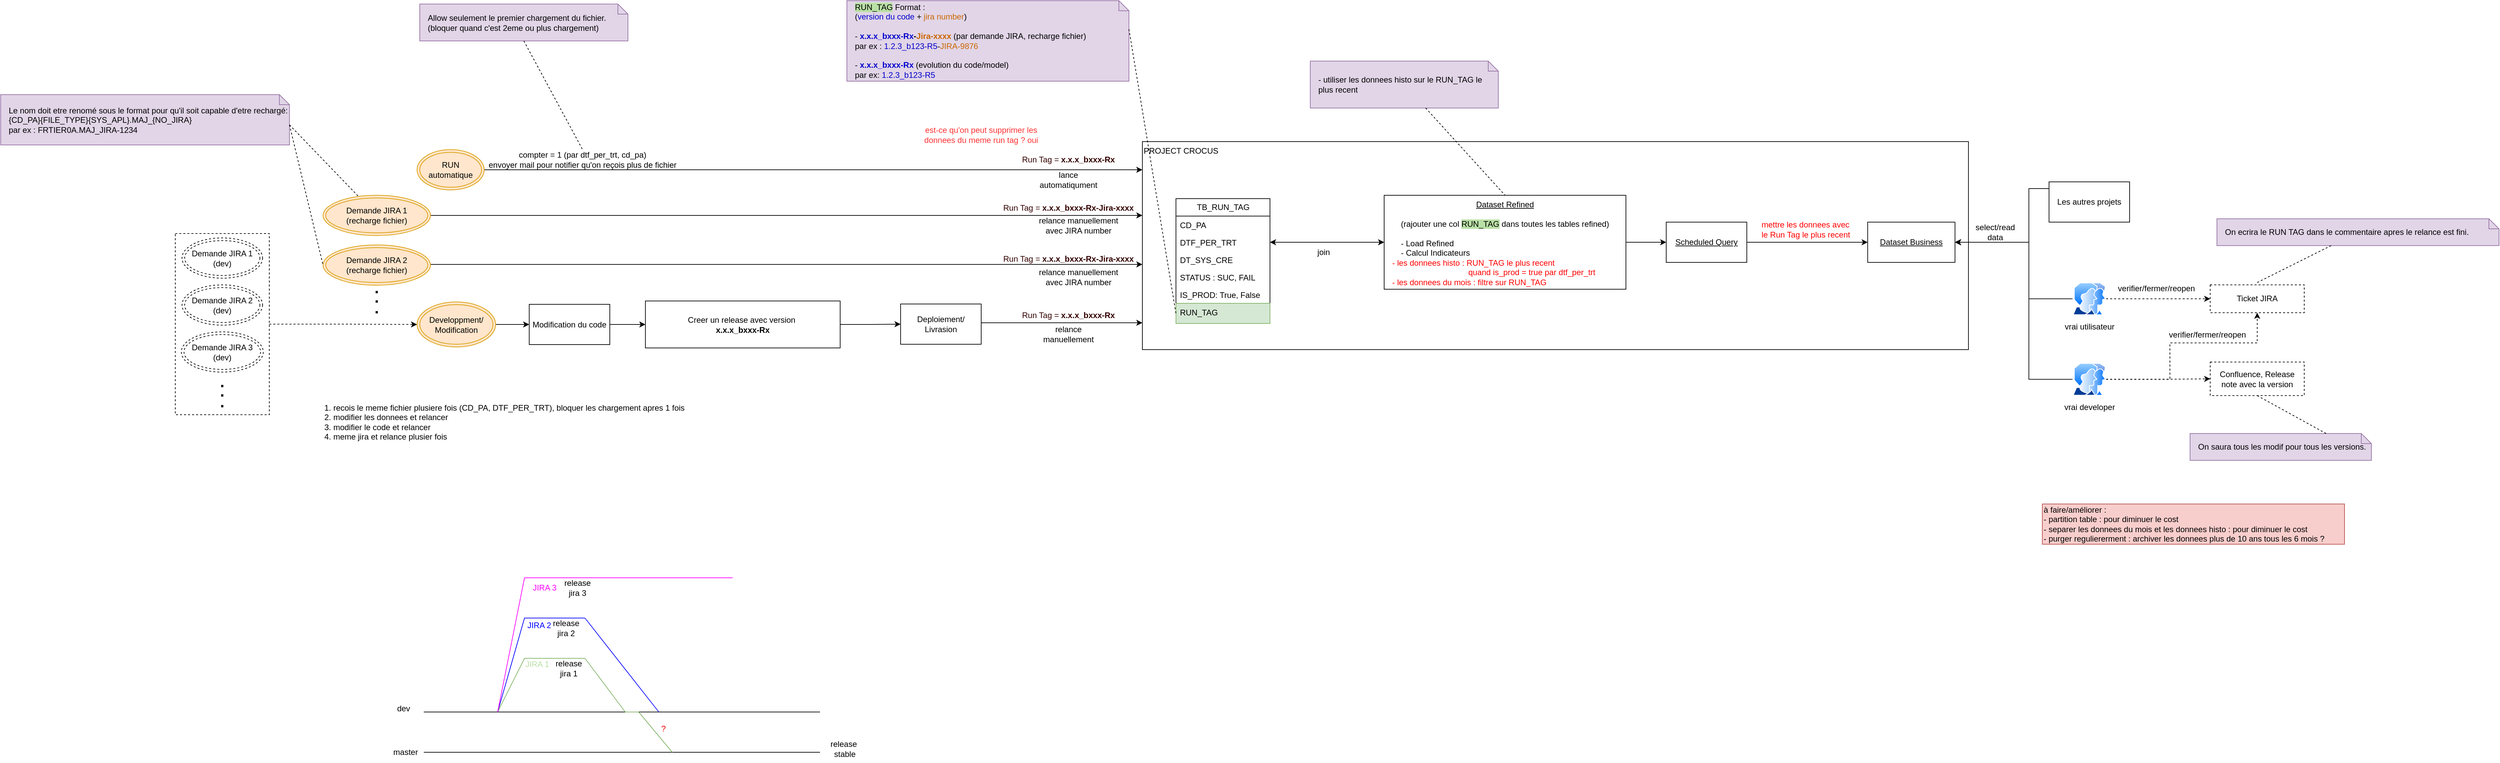
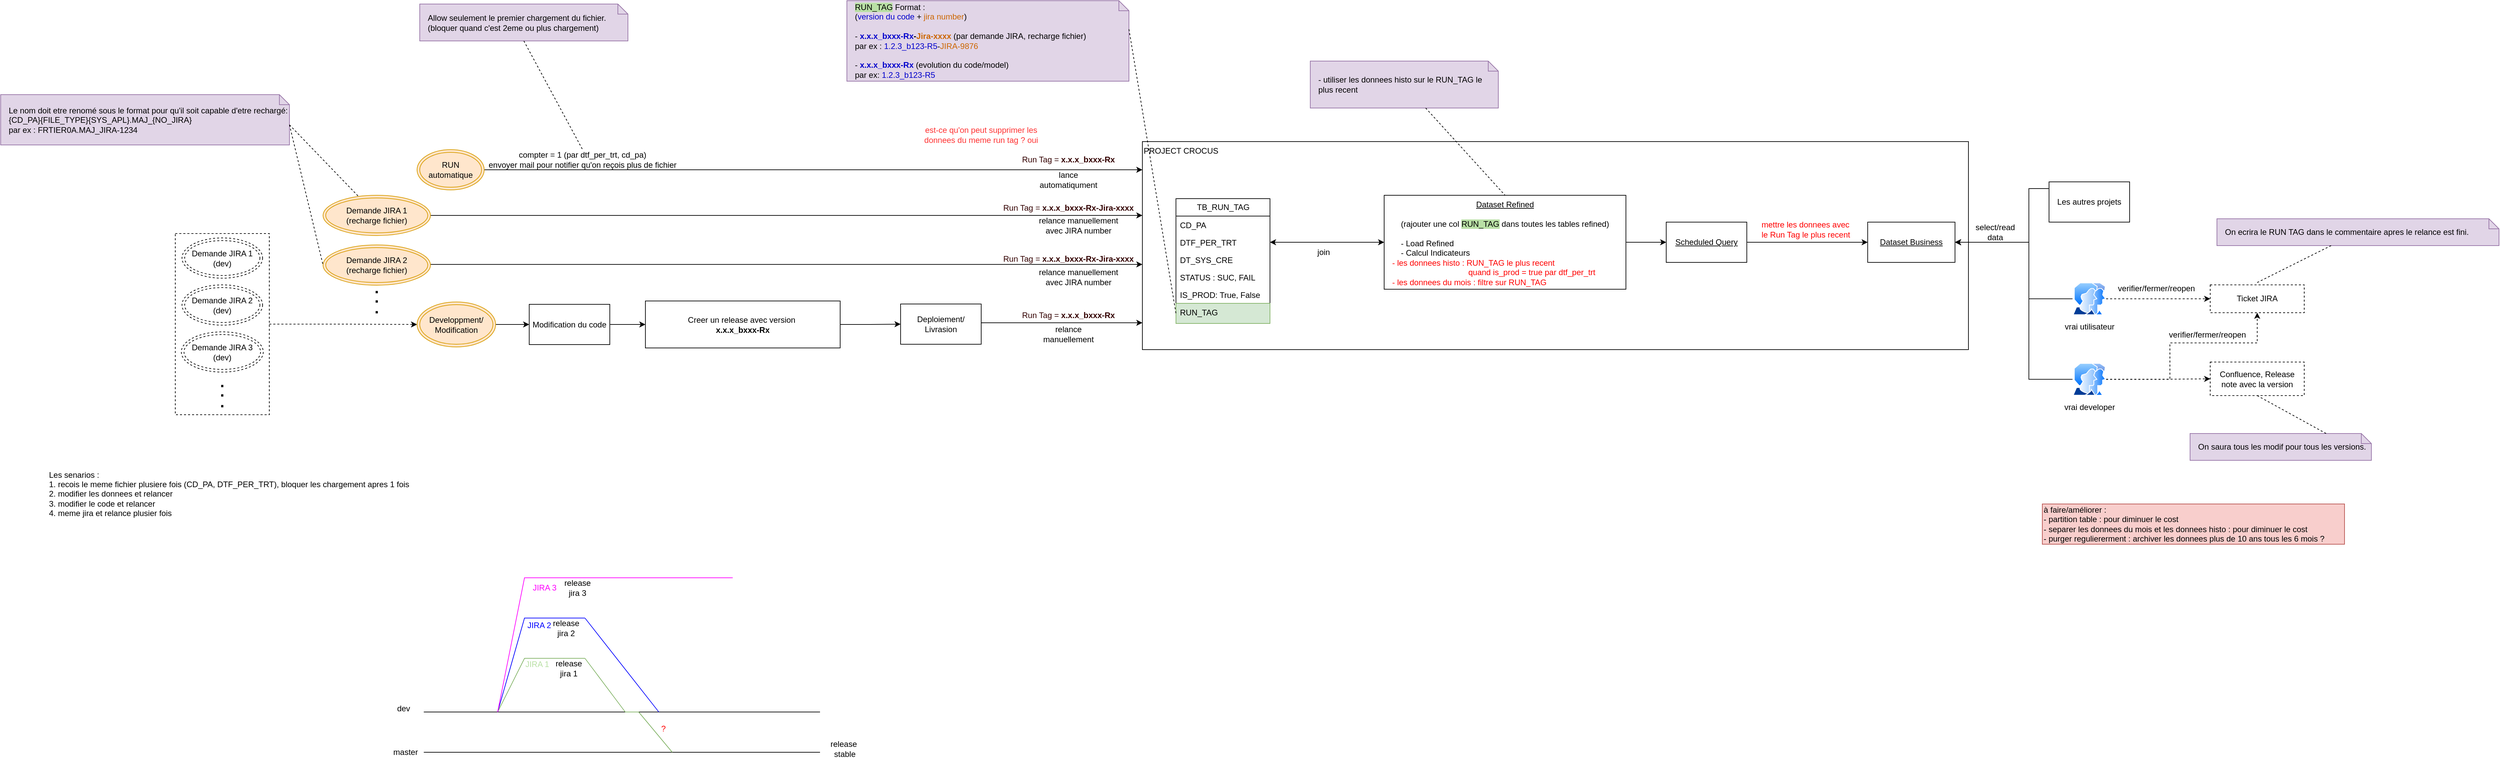
<mxfile host="app.diagrams.net">
  <diagram name="Page-1" id="bEAYSmEDHXBXhFzCy1HB">
-     <mxGraphModel dx="5807" dy="2902" grid="1" gridSize="10" guides="1" tooltips="1" connect="1" arrows="1" fold="1" page="1" pageScale="1" pageWidth="827" pageHeight="1169" math="0" shadow="0">
+     <mxGraphModel dx="3279" dy="1847" grid="1" gridSize="10" guides="1" tooltips="1" connect="1" arrows="1" fold="1" page="1" pageScale="1" pageWidth="827" pageHeight="1169" math="0" shadow="0">
      <root>
        <mxCell id="0" />
        <mxCell id="1" parent="0" />
        <mxCell id="cKu8MT6L8Fp_BZaxLZj7-22" edge="1" parent="1" source="cKu8MT6L8Fp_BZaxLZj7-16" style="edgeStyle=orthogonalEdgeStyle;rounded=0;orthogonalLoop=1;jettySize=auto;html=1;dashed=1;" target="QUzsFoNl6aFI_2ed8XXq-33">
          <mxGeometry relative="1" as="geometry">
            <Array as="points" />
            <mxPoint x="-937.4999999999995" y="382" as="sourcePoint" />
            <mxPoint x="-602.4999999999995" y="365" as="targetPoint" />
          </mxGeometry>
        </mxCell>
        <mxCell id="cKu8MT6L8Fp_BZaxLZj7-16" parent="1" style="rounded=0;whiteSpace=wrap;html=1;dashed=1;" value="" vertex="1">
          <mxGeometry height="270" width="140" x="-1070" y="247" as="geometry" />
        </mxCell>
        <mxCell id="QUzsFoNl6aFI_2ed8XXq-13" parent="1" style="rounded=0;whiteSpace=wrap;html=1;align=left;verticalAlign=top;" value="PROJECT CROCUS" vertex="1">
          <mxGeometry height="310" width="1230" x="370" y="110" as="geometry" />
        </mxCell>
        <mxCell id="QUzsFoNl6aFI_2ed8XXq-1" parent="1" style="swimlane;fontStyle=0;childLayout=stackLayout;horizontal=1;startSize=26;fillColor=none;horizontalStack=0;resizeParent=1;resizeParentMax=0;resizeLast=0;collapsible=1;marginBottom=0;html=1;" value="TB_RUN_TAG" vertex="1">
          <mxGeometry height="186" width="140" x="420" y="195" as="geometry" />
        </mxCell>
        <mxCell id="QUzsFoNl6aFI_2ed8XXq-2" parent="QUzsFoNl6aFI_2ed8XXq-1" style="text;strokeColor=none;fillColor=none;align=left;verticalAlign=top;spacingLeft=4;spacingRight=4;overflow=hidden;rotatable=0;points=[[0,0.5],[1,0.5]];portConstraint=eastwest;whiteSpace=wrap;html=1;" value="CD_PA" vertex="1">
          <mxGeometry height="26" width="140" y="26" as="geometry" />
        </mxCell>
        <mxCell id="QUzsFoNl6aFI_2ed8XXq-3" parent="QUzsFoNl6aFI_2ed8XXq-1" style="text;strokeColor=none;fillColor=none;align=left;verticalAlign=top;spacingLeft=4;spacingRight=4;overflow=hidden;rotatable=0;points=[[0,0.5],[1,0.5]];portConstraint=eastwest;whiteSpace=wrap;html=1;" value="DTF_PER_TRT" vertex="1">
          <mxGeometry height="26" width="140" y="52" as="geometry" />
        </mxCell>
        <mxCell id="QUzsFoNl6aFI_2ed8XXq-4" parent="QUzsFoNl6aFI_2ed8XXq-1" style="text;strokeColor=none;fillColor=none;align=left;verticalAlign=top;spacingLeft=4;spacingRight=4;overflow=hidden;rotatable=0;points=[[0,0.5],[1,0.5]];portConstraint=eastwest;whiteSpace=wrap;html=1;" value="DT_SYS_CRE" vertex="1">
          <mxGeometry height="26" width="140" y="78" as="geometry" />
        </mxCell>
        <mxCell id="QUzsFoNl6aFI_2ed8XXq-105" parent="QUzsFoNl6aFI_2ed8XXq-1" style="text;strokeColor=none;fillColor=none;align=left;verticalAlign=top;spacingLeft=4;spacingRight=4;overflow=hidden;rotatable=0;points=[[0,0.5],[1,0.5]];portConstraint=eastwest;whiteSpace=wrap;html=1;" value="STATUS : SUC, FAIL" vertex="1">
          <mxGeometry height="26" width="140" y="104" as="geometry" />
        </mxCell>
        <mxCell id="DOhsEIRQmGDwiVjTRz9E-7" parent="QUzsFoNl6aFI_2ed8XXq-1" style="text;strokeColor=none;fillColor=none;align=left;verticalAlign=top;spacingLeft=4;spacingRight=4;overflow=hidden;rotatable=0;points=[[0,0.5],[1,0.5]];portConstraint=eastwest;whiteSpace=wrap;html=1;" value="IS_PROD: True, False" vertex="1">
          <mxGeometry height="26" width="140" y="130" as="geometry" />
        </mxCell>
        <mxCell id="QUzsFoNl6aFI_2ed8XXq-5" parent="QUzsFoNl6aFI_2ed8XXq-1" style="text;strokeColor=#82b366;fillColor=#d5e8d4;align=left;verticalAlign=top;spacingLeft=4;spacingRight=4;overflow=hidden;rotatable=0;points=[[0,0.5],[1,0.5]];portConstraint=eastwest;whiteSpace=wrap;html=1;" value="RUN_TAG" vertex="1">
          <mxGeometry height="30" width="140" y="156" as="geometry" />
        </mxCell>
        <mxCell id="QUzsFoNl6aFI_2ed8XXq-7" parent="1" style="shape=note;size=15;align=left;spacingLeft=10;html=1;whiteSpace=wrap;fillColor=#e1d5e7;strokeColor=#9673a6;" value="&lt;span style=&quot;background-color: rgb(185, 224, 165);&quot;&gt;RUN_TAG&lt;/span&gt; Format :&amp;nbsp;&lt;div&gt;(&lt;font style=&quot;color: rgb(0, 0, 204);&quot;&gt;version du code&lt;/font&gt; +&lt;font style=&quot;color: rgb(204, 102, 0);&quot;&gt; &lt;font&gt;jira number&lt;/font&gt;&lt;/font&gt;)&lt;/div&gt;&lt;div&gt;&lt;br&gt;&lt;div&gt;- &lt;b&gt;&lt;font style=&quot;color: rgb(0, 0, 204);&quot;&gt;x.x.x_bxxx-Rx&lt;/font&gt;-&lt;font style=&quot;color: rgb(204, 102, 0);&quot;&gt;Jira-xxxx&lt;/font&gt;&lt;/b&gt; (par demande JIRA, recharge fichier)&amp;nbsp;&lt;/div&gt;&lt;div&gt;par ex : &lt;font style=&quot;color: rgb(0, 0, 204);&quot;&gt;1.2.3_b123-R5&lt;/font&gt;-&lt;font style=&quot;color: rgb(204, 102, 0);&quot;&gt;JIRA-9876&lt;/font&gt;&lt;/div&gt;&lt;div&gt;&lt;br&gt;&lt;/div&gt;&lt;div&gt;-&lt;b&gt; &lt;font style=&quot;color: rgb(0, 0, 204);&quot;&gt;x.x.x_bxxx-Rx&lt;/font&gt;&lt;/b&gt; (evolution du code/model)&lt;/div&gt;&lt;div&gt;&lt;span style=&quot;background-color: transparent; color: light-dark(rgb(0, 0, 0), rgb(255, 255, 255));&quot;&gt;par ex: &lt;/span&gt;&lt;span style=&quot;background-color: transparent;&quot;&gt;&lt;font style=&quot;color: light-dark(rgb(0, 0, 204), rgb(255, 255, 255));&quot;&gt;1.2.3_b123-R5&lt;/font&gt;&lt;/span&gt;&lt;/div&gt;&lt;/div&gt;" vertex="1">
          <mxGeometry height="120" width="420" x="-70" y="-100" as="geometry" />
        </mxCell>
        <mxCell id="QUzsFoNl6aFI_2ed8XXq-8" edge="1" parent="1" source="QUzsFoNl6aFI_2ed8XXq-7" style="edgeStyle=none;endArrow=none;exitX=0;exitY=0;dashed=1;html=1;rounded=0;entryX=0;entryY=0.5;entryDx=0;entryDy=0;exitDx=420;exitDy=42.5;exitPerimeter=0;" target="QUzsFoNl6aFI_2ed8XXq-5" value="">
          <mxGeometry relative="1" x="1" as="geometry">
            <mxPoint x="590" y="660" as="targetPoint" />
          </mxGeometry>
        </mxCell>
        <mxCell id="QUzsFoNl6aFI_2ed8XXq-10" parent="1" style="rounded=0;whiteSpace=wrap;html=1;dashed=1;" value="Confluence, Release note avec la v&lt;span style=&quot;background-color: transparent; color: light-dark(rgb(0, 0, 0), rgb(255, 255, 255));&quot;&gt;ersion&lt;/span&gt;" vertex="1">
          <mxGeometry height="50" width="140" x="1960" y="438.5" as="geometry" />
        </mxCell>
        <mxCell id="QUzsFoNl6aFI_2ed8XXq-11" parent="1" style="rounded=0;whiteSpace=wrap;html=1;dashed=1;" value="Ticket JIRA" vertex="1">
          <mxGeometry height="41.5" width="140" x="1960" y="323.5" as="geometry" />
        </mxCell>
        <mxCell id="QUzsFoNl6aFI_2ed8XXq-42" edge="1" parent="1" source="QUzsFoNl6aFI_2ed8XXq-12" style="edgeStyle=orthogonalEdgeStyle;rounded=0;orthogonalLoop=1;jettySize=auto;html=1;entryX=1;entryY=0.5;entryDx=0;entryDy=0;startArrow=classic;startFill=1;" target="QUzsFoNl6aFI_2ed8XXq-3">
          <mxGeometry relative="1" as="geometry" />
        </mxCell>
        <mxCell id="QUzsFoNl6aFI_2ed8XXq-50" edge="1" parent="1" source="QUzsFoNl6aFI_2ed8XXq-12" style="edgeStyle=orthogonalEdgeStyle;rounded=0;orthogonalLoop=1;jettySize=auto;html=1;" target="QUzsFoNl6aFI_2ed8XXq-46">
          <mxGeometry relative="1" as="geometry">
            <Array as="points" />
          </mxGeometry>
        </mxCell>
        <mxCell id="QUzsFoNl6aFI_2ed8XXq-12" parent="1" style="rounded=0;whiteSpace=wrap;html=1;verticalAlign=top;" value="&lt;u&gt;Dataset Refined&lt;/u&gt;&lt;div&gt;&lt;u&gt;&lt;br&gt;&lt;/u&gt;&lt;div&gt;(rajouter une col &lt;span style=&quot;background-color: rgb(185, 224, 165);&quot;&gt;RUN_TAG&lt;/span&gt;&lt;span&gt; &lt;/span&gt;dans toutes les tables refined)&lt;/div&gt;&lt;div&gt;&lt;br&gt;&lt;/div&gt;&lt;div style=&quot;text-align: left;&quot;&gt;- Load Refined&amp;nbsp; &amp;nbsp; &amp;nbsp; &amp;nbsp;&lt;/div&gt;&lt;div style=&quot;text-align: left;&quot;&gt;- Calcul Indicateurs&lt;/div&gt;&lt;/div&gt;" vertex="1">
          <mxGeometry height="140" width="360" x="730" y="190" as="geometry" />
        </mxCell>
        <mxCell id="QUzsFoNl6aFI_2ed8XXq-27" edge="1" parent="1" source="QUzsFoNl6aFI_2ed8XXq-33" style="edgeStyle=orthogonalEdgeStyle;rounded=0;orthogonalLoop=1;jettySize=auto;html=1;entryX=0;entryY=0.5;entryDx=0;entryDy=0;" target="QUzsFoNl6aFI_2ed8XXq-23">
          <mxGeometry relative="1" as="geometry">
            <mxPoint x="-740" y="198" as="sourcePoint" />
          </mxGeometry>
        </mxCell>
        <mxCell id="QUzsFoNl6aFI_2ed8XXq-19" parent="1" style="text;html=1;whiteSpace=wrap;strokeColor=none;fillColor=none;align=center;verticalAlign=middle;rounded=0;fontColor=#330000;" value="&lt;font style=&quot;&quot;&gt;Run Tag =&amp;nbsp;&lt;/font&gt;&lt;b style=&quot;text-align: left;&quot;&gt;x.x.x_bxxx-Rx-Jira-xxxx&lt;/b&gt;" vertex="1">
          <mxGeometry height="30" width="200" x="160" y="269.5" as="geometry" />
        </mxCell>
        <mxCell id="cKu8MT6L8Fp_BZaxLZj7-37" edge="1" parent="1" source="QUzsFoNl6aFI_2ed8XXq-23" style="edgeStyle=orthogonalEdgeStyle;rounded=0;orthogonalLoop=1;jettySize=auto;html=1;" target="QUzsFoNl6aFI_2ed8XXq-25">
          <mxGeometry relative="1" as="geometry" />
        </mxCell>
        <mxCell id="QUzsFoNl6aFI_2ed8XXq-23" parent="1" style="rounded=0;whiteSpace=wrap;html=1;" value="Modification du code" vertex="1">
          <mxGeometry height="60" width="120" x="-543" y="352.5" as="geometry" />
        </mxCell>
        <mxCell id="QUzsFoNl6aFI_2ed8XXq-31" edge="1" parent="1" source="QUzsFoNl6aFI_2ed8XXq-24" style="edgeStyle=orthogonalEdgeStyle;rounded=0;orthogonalLoop=1;jettySize=auto;html=1;" target="QUzsFoNl6aFI_2ed8XXq-13">
          <mxGeometry relative="1" as="geometry">
            <Array as="points">
              <mxPoint x="180" y="380" />
              <mxPoint x="180" y="380" />
            </Array>
            <mxPoint x="380" y="373" as="targetPoint" />
          </mxGeometry>
        </mxCell>
        <mxCell id="QUzsFoNl6aFI_2ed8XXq-24" parent="1" style="rounded=0;whiteSpace=wrap;html=1;" value="Deploiement/ Livrasion" vertex="1">
          <mxGeometry height="60" width="120" x="10" y="352" as="geometry" />
        </mxCell>
        <mxCell id="cKu8MT6L8Fp_BZaxLZj7-38" edge="1" parent="1" source="QUzsFoNl6aFI_2ed8XXq-25" style="edgeStyle=orthogonalEdgeStyle;rounded=0;orthogonalLoop=1;jettySize=auto;html=1;" target="QUzsFoNl6aFI_2ed8XXq-24">
          <mxGeometry relative="1" as="geometry" />
        </mxCell>
        <mxCell id="QUzsFoNl6aFI_2ed8XXq-25" parent="1" style="rounded=0;whiteSpace=wrap;html=1;" value="Creer un release avec version&amp;nbsp;&lt;div&gt;&lt;span style=&quot;text-align: left;&quot;&gt;&lt;b&gt;x.x.x_bxxx-Rx&lt;/b&gt;&lt;/span&gt;&lt;/div&gt;" vertex="1">
          <mxGeometry height="70" width="290" x="-370" y="347.5" as="geometry" />
        </mxCell>
        <mxCell id="QUzsFoNl6aFI_2ed8XXq-33" parent="1" style="ellipse;shape=doubleEllipse;whiteSpace=wrap;html=1;fillColor=#ffe6cc;strokeColor=#d79b00;" value="Developpment/&lt;div&gt;Modification&lt;/div&gt;" vertex="1">
          <mxGeometry height="67" width="117" x="-710" y="349" as="geometry" />
        </mxCell>
        <mxCell id="cKu8MT6L8Fp_BZaxLZj7-5" edge="1" parent="1" style="edgeStyle=orthogonalEdgeStyle;rounded=0;orthogonalLoop=1;jettySize=auto;html=1;">
          <mxGeometry relative="1" as="geometry">
            <Array as="points">
              <mxPoint x="110" y="293" />
              <mxPoint x="110" y="293" />
            </Array>
            <mxPoint x="-690.0000000000005" y="293" as="sourcePoint" />
            <mxPoint x="370" y="293" as="targetPoint" />
          </mxGeometry>
        </mxCell>
        <mxCell id="QUzsFoNl6aFI_2ed8XXq-34" parent="1" style="ellipse;shape=doubleEllipse;whiteSpace=wrap;html=1;fillColor=#ffe6cc;strokeColor=#d79b00;" value="Demande JIRA 2&lt;div&gt;(recharge fichier)&lt;/div&gt;" vertex="1">
          <mxGeometry height="60" width="160" x="-850" y="264" as="geometry" />
        </mxCell>
        <mxCell id="QUzsFoNl6aFI_2ed8XXq-36" edge="1" parent="1" source="QUzsFoNl6aFI_2ed8XXq-35" style="edgeStyle=orthogonalEdgeStyle;rounded=0;orthogonalLoop=1;jettySize=auto;html=1;" target="QUzsFoNl6aFI_2ed8XXq-13">
          <mxGeometry relative="1" as="geometry">
            <Array as="points">
              <mxPoint x="140" y="152" />
              <mxPoint x="140" y="152" />
            </Array>
            <mxPoint x="380" y="152.0588235294117" as="targetPoint" />
          </mxGeometry>
        </mxCell>
        <mxCell id="QUzsFoNl6aFI_2ed8XXq-35" parent="1" style="ellipse;shape=doubleEllipse;whiteSpace=wrap;html=1;fillColor=#ffe6cc;strokeColor=#d79b00;" value="RUN automatique" vertex="1">
          <mxGeometry height="60" width="100" x="-710" y="122" as="geometry" />
        </mxCell>
        <mxCell id="QUzsFoNl6aFI_2ed8XXq-40" parent="1" style="shape=note;size=15;align=left;spacingLeft=10;html=1;whiteSpace=wrap;fillColor=#e1d5e7;strokeColor=#9673a6;" value="&lt;div&gt;- utiliser les donnees histo sur le RUN_TAG le plus recent&lt;/div&gt;" vertex="1">
          <mxGeometry height="70" width="280" x="620" y="-10" as="geometry" />
        </mxCell>
        <mxCell id="QUzsFoNl6aFI_2ed8XXq-41" edge="1" parent="1" source="QUzsFoNl6aFI_2ed8XXq-40" style="edgeStyle=none;endArrow=none;dashed=1;html=1;rounded=0;entryX=0.5;entryY=0;entryDx=0;entryDy=0;" target="QUzsFoNl6aFI_2ed8XXq-12" value="">
          <mxGeometry relative="1" x="1" as="geometry">
            <mxPoint x="720" y="650" as="sourcePoint" />
            <mxPoint x="772" y="500" as="targetPoint" />
          </mxGeometry>
        </mxCell>
        <mxCell id="QUzsFoNl6aFI_2ed8XXq-43" parent="1" style="text;html=1;whiteSpace=wrap;strokeColor=none;fillColor=none;align=left;verticalAlign=middle;rounded=0;" value="&lt;font style=&quot;color: rgb(255, 0, 0);&quot;&gt;- les donnees histo : RUN_TAG le plus recent&amp;nbsp;&lt;/font&gt;&lt;div&gt;&lt;font style=&quot;color: rgb(255, 0, 0);&quot;&gt;&amp;nbsp; &amp;nbsp; &amp;nbsp; &amp;nbsp; &amp;nbsp; &amp;nbsp; &amp;nbsp; &amp;nbsp; &amp;nbsp; &amp;nbsp; &amp;nbsp; &amp;nbsp; &amp;nbsp; &amp;nbsp; &amp;nbsp; &amp;nbsp; &amp;nbsp; quand is_prod = true par dtf_per_trt&lt;/font&gt;&lt;div&gt;&lt;font style=&quot;color: rgb(255, 0, 0);&quot;&gt;- les donnees du mois : f&lt;/font&gt;&lt;span style=&quot;color: light-dark(rgb(255, 0, 0), rgb(255, 144, 144)); background-color: transparent;&quot;&gt;iltre sur RUN_TAG&lt;/span&gt;&lt;/div&gt;&lt;/div&gt;" vertex="1">
          <mxGeometry height="30" width="370" x="740" y="290" as="geometry" />
        </mxCell>
        <mxCell id="QUzsFoNl6aFI_2ed8XXq-45" parent="1" style="rounded=0;whiteSpace=wrap;html=1;" value="&lt;u&gt;Dataset Business&lt;/u&gt;" vertex="1">
          <mxGeometry height="60" width="130" x="1450" y="230" as="geometry" />
        </mxCell>
        <mxCell id="QUzsFoNl6aFI_2ed8XXq-48" edge="1" parent="1" source="QUzsFoNl6aFI_2ed8XXq-46" style="edgeStyle=orthogonalEdgeStyle;rounded=0;orthogonalLoop=1;jettySize=auto;html=1;" target="QUzsFoNl6aFI_2ed8XXq-45">
          <mxGeometry relative="1" as="geometry" />
        </mxCell>
        <mxCell id="QUzsFoNl6aFI_2ed8XXq-46" parent="1" style="rounded=0;whiteSpace=wrap;html=1;" value="&lt;u&gt;Scheduled Query&lt;/u&gt;" vertex="1">
          <mxGeometry height="60" width="120" x="1150" y="230" as="geometry" />
        </mxCell>
        <mxCell id="QUzsFoNl6aFI_2ed8XXq-51" parent="1" style="text;html=1;whiteSpace=wrap;strokeColor=none;fillColor=none;align=left;verticalAlign=middle;rounded=0;fontColor=#FF0000;" value="mettre les donnees avec le Run Tag le plus recent" vertex="1">
          <mxGeometry height="30" width="140" x="1290" y="226" as="geometry" />
        </mxCell>
        <mxCell id="QUzsFoNl6aFI_2ed8XXq-59" edge="1" parent="1" source="QUzsFoNl6aFI_2ed8XXq-52" style="edgeStyle=orthogonalEdgeStyle;rounded=0;orthogonalLoop=1;jettySize=auto;html=1;entryX=1;entryY=0.5;entryDx=0;entryDy=0;" target="QUzsFoNl6aFI_2ed8XXq-45">
          <mxGeometry relative="1" as="geometry">
            <Array as="points">
              <mxPoint x="1690" y="180" />
              <mxPoint x="1690" y="260" />
            </Array>
          </mxGeometry>
        </mxCell>
        <mxCell id="QUzsFoNl6aFI_2ed8XXq-52" parent="1" style="rounded=0;whiteSpace=wrap;html=1;" value="Les autres projets" vertex="1">
          <mxGeometry height="60" width="120" x="1720" y="170" as="geometry" />
        </mxCell>
        <mxCell id="QUzsFoNl6aFI_2ed8XXq-58" edge="1" parent="1" source="QUzsFoNl6aFI_2ed8XXq-57" style="edgeStyle=orthogonalEdgeStyle;rounded=0;orthogonalLoop=1;jettySize=auto;html=1;entryX=1;entryY=0.5;entryDx=0;entryDy=0;" target="QUzsFoNl6aFI_2ed8XXq-45">
          <mxGeometry relative="1" as="geometry">
            <Array as="points">
              <mxPoint x="1690" y="344" />
              <mxPoint x="1690" y="260" />
            </Array>
          </mxGeometry>
        </mxCell>
        <mxCell id="QUzsFoNl6aFI_2ed8XXq-65" edge="1" parent="1" source="QUzsFoNl6aFI_2ed8XXq-57" style="edgeStyle=orthogonalEdgeStyle;rounded=0;orthogonalLoop=1;jettySize=auto;html=1;dashed=1;" target="QUzsFoNl6aFI_2ed8XXq-11">
          <mxGeometry relative="1" as="geometry" />
        </mxCell>
        <mxCell id="QUzsFoNl6aFI_2ed8XXq-57" parent="1" style="image;aspect=fixed;perimeter=ellipsePerimeter;html=1;align=center;shadow=0;dashed=0;spacingTop=3;image=img/lib/active_directory/user_accounts.svg;" value="vrai utilisateur" vertex="1">
          <mxGeometry height="48.5" width="50" x="1755" y="320" as="geometry" />
        </mxCell>
        <mxCell id="QUzsFoNl6aFI_2ed8XXq-60" parent="1" style="text;html=1;whiteSpace=wrap;strokeColor=none;fillColor=none;align=center;verticalAlign=middle;rounded=0;" value="select/read data" vertex="1">
          <mxGeometry height="30" width="60" x="1610" y="230" as="geometry" />
        </mxCell>
        <mxCell id="QUzsFoNl6aFI_2ed8XXq-63" edge="1" parent="1" source="QUzsFoNl6aFI_2ed8XXq-62" style="edgeStyle=orthogonalEdgeStyle;rounded=0;orthogonalLoop=1;jettySize=auto;html=1;entryX=1;entryY=0.5;entryDx=0;entryDy=0;" target="QUzsFoNl6aFI_2ed8XXq-45">
          <mxGeometry relative="1" as="geometry">
            <Array as="points">
              <mxPoint x="1690" y="464" />
              <mxPoint x="1690" y="260" />
            </Array>
          </mxGeometry>
        </mxCell>
        <mxCell id="QUzsFoNl6aFI_2ed8XXq-66" edge="1" parent="1" source="QUzsFoNl6aFI_2ed8XXq-62" style="edgeStyle=orthogonalEdgeStyle;rounded=0;orthogonalLoop=1;jettySize=auto;html=1;dashed=1;" target="QUzsFoNl6aFI_2ed8XXq-10">
          <mxGeometry relative="1" as="geometry" />
        </mxCell>
        <mxCell id="QUzsFoNl6aFI_2ed8XXq-68" edge="1" parent="1" source="QUzsFoNl6aFI_2ed8XXq-62" style="edgeStyle=orthogonalEdgeStyle;rounded=0;orthogonalLoop=1;jettySize=auto;html=1;entryX=0.5;entryY=1;entryDx=0;entryDy=0;dashed=1;" target="QUzsFoNl6aFI_2ed8XXq-11">
          <mxGeometry relative="1" as="geometry">
            <Array as="points">
              <mxPoint x="1900" y="464" />
              <mxPoint x="1900" y="410" />
              <mxPoint x="2030" y="410" />
            </Array>
          </mxGeometry>
        </mxCell>
        <mxCell id="QUzsFoNl6aFI_2ed8XXq-62" parent="1" style="image;aspect=fixed;perimeter=ellipsePerimeter;html=1;align=center;shadow=0;dashed=0;spacingTop=3;image=img/lib/active_directory/user_accounts.svg;" value="vrai developer" vertex="1">
          <mxGeometry height="48.5" width="50" x="1755" y="440" as="geometry" />
        </mxCell>
        <mxCell id="QUzsFoNl6aFI_2ed8XXq-69" parent="1" style="shape=note;size=15;align=left;spacingLeft=10;html=1;whiteSpace=wrap;fillColor=#e1d5e7;strokeColor=#9673a6;" value="On ecrira le RUN TAG dans le commentaire apres le relance est fini." vertex="1">
          <mxGeometry height="40" width="420" x="1970" y="225" as="geometry" />
        </mxCell>
        <mxCell id="QUzsFoNl6aFI_2ed8XXq-70" edge="1" parent="1" source="QUzsFoNl6aFI_2ed8XXq-69" style="edgeStyle=none;endArrow=none;dashed=1;html=1;rounded=0;" value="">
          <mxGeometry relative="1" x="1" as="geometry">
            <mxPoint x="970" y="210" as="sourcePoint" />
            <mxPoint x="2030" y="320" as="targetPoint" />
          </mxGeometry>
        </mxCell>
        <mxCell id="QUzsFoNl6aFI_2ed8XXq-71" parent="1" style="shape=note;size=15;align=left;spacingLeft=10;html=1;whiteSpace=wrap;fillColor=#e1d5e7;strokeColor=#9673a6;" value="On saura tous les modif pour tous les versions." vertex="1">
          <mxGeometry height="40" width="270" x="1930" y="545" as="geometry" />
        </mxCell>
        <mxCell id="QUzsFoNl6aFI_2ed8XXq-72" edge="1" parent="1" source="QUzsFoNl6aFI_2ed8XXq-71" style="edgeStyle=none;endArrow=none;dashed=1;html=1;rounded=0;entryX=0.5;entryY=1;entryDx=0;entryDy=0;exitX=0;exitY=0;exitDx=202.5;exitDy=0;exitPerimeter=0;" target="QUzsFoNl6aFI_2ed8XXq-10" value="">
          <mxGeometry relative="1" x="1" as="geometry">
            <mxPoint x="2180" y="470" as="sourcePoint" />
            <mxPoint x="2070" y="525" as="targetPoint" />
          </mxGeometry>
        </mxCell>
        <mxCell id="QUzsFoNl6aFI_2ed8XXq-74" parent="1" style="rounded=0;whiteSpace=wrap;html=1;align=left;fillColor=#f8cecc;strokeColor=#b85450;" value="à faire/améliorer :&lt;div&gt;- partition table : pour diminuer le cost&lt;/div&gt;&lt;div&gt;- separer les donnees du mois et les donnees histo&amp;nbsp;&lt;span style=&quot;background-color: transparent; color: light-dark(rgb(0, 0, 0), rgb(255, 255, 255));&quot;&gt;: pour diminuer le cost&lt;/span&gt;&lt;/div&gt;&lt;div&gt;&lt;span style=&quot;background-color: transparent; color: light-dark(rgb(0, 0, 0), rgb(255, 255, 255));&quot;&gt;- purger reguliererment : archiver les donnees plus de 10 ans tous les 6 mois ?&lt;/span&gt;&lt;/div&gt;" vertex="1">
          <mxGeometry height="60" width="450" x="1710" y="650" as="geometry" />
        </mxCell>
        <mxCell id="QUzsFoNl6aFI_2ed8XXq-76" parent="1" style="text;html=1;whiteSpace=wrap;strokeColor=none;fillColor=none;align=center;verticalAlign=middle;rounded=0;" value="join" vertex="1">
          <mxGeometry height="30" width="60" x="610" y="260" as="geometry" />
        </mxCell>
        <mxCell id="QUzsFoNl6aFI_2ed8XXq-81" edge="1" parent="1" style="endArrow=none;html=1;rounded=0;" value="">
          <mxGeometry height="50" relative="1" width="50" as="geometry">
            <mxPoint x="-700" y="960" as="sourcePoint" />
            <mxPoint x="-110" y="960" as="targetPoint" />
          </mxGeometry>
        </mxCell>
        <mxCell id="QUzsFoNl6aFI_2ed8XXq-83" edge="1" parent="1" style="endArrow=none;html=1;rounded=0;fillColor=#d5e8d4;strokeColor=#82b366;" value="">
          <mxGeometry height="50" relative="1" width="50" as="geometry">
            <Array as="points">
              <mxPoint x="-550" y="880" />
            </Array>
            <mxPoint x="-590" y="960" as="sourcePoint" />
            <mxPoint x="-460" y="880" as="targetPoint" />
          </mxGeometry>
        </mxCell>
        <mxCell id="QUzsFoNl6aFI_2ed8XXq-84" parent="1" style="text;html=1;whiteSpace=wrap;strokeColor=none;fillColor=none;align=center;verticalAlign=middle;rounded=0;" value="dev" vertex="1">
          <mxGeometry height="30" width="60" x="-760" y="940" as="geometry" />
        </mxCell>
        <mxCell id="QUzsFoNl6aFI_2ed8XXq-85" edge="1" parent="1" style="endArrow=none;html=1;rounded=0;strokeColor=#0000FF;" value="">
          <mxGeometry height="50" relative="1" width="50" as="geometry">
            <Array as="points">
              <mxPoint x="-550" y="820" />
            </Array>
            <mxPoint x="-590" y="960" as="sourcePoint" />
            <mxPoint x="-460" y="820" as="targetPoint" />
          </mxGeometry>
        </mxCell>
        <mxCell id="QUzsFoNl6aFI_2ed8XXq-86" edge="1" parent="1" style="endArrow=none;html=1;rounded=0;strokeColor=#FF00FF;" value="">
          <mxGeometry height="50" relative="1" width="50" as="geometry">
            <Array as="points">
              <mxPoint x="-550" y="760" />
            </Array>
            <mxPoint x="-590" y="960" as="sourcePoint" />
            <mxPoint x="-240" y="760" as="targetPoint" />
          </mxGeometry>
        </mxCell>
        <mxCell id="QUzsFoNl6aFI_2ed8XXq-87" parent="1" style="text;html=1;whiteSpace=wrap;strokeColor=none;fillColor=none;align=center;verticalAlign=middle;rounded=0;fontColor=#B9E0A5;" value="JIRA 1" vertex="1">
          <mxGeometry height="30" width="60" x="-561" y="874" as="geometry" />
        </mxCell>
        <mxCell id="QUzsFoNl6aFI_2ed8XXq-88" parent="1" style="text;html=1;whiteSpace=wrap;strokeColor=none;fillColor=none;align=center;verticalAlign=middle;rounded=0;fontColor=#0000FF;" value="JIRA 2" vertex="1">
          <mxGeometry height="30" width="60" x="-558" y="816" as="geometry" />
        </mxCell>
        <mxCell id="QUzsFoNl6aFI_2ed8XXq-89" parent="1" style="text;html=1;whiteSpace=wrap;strokeColor=none;fillColor=none;align=center;verticalAlign=middle;rounded=0;fontColor=#FF00FF;" value="JIRA 3" vertex="1">
          <mxGeometry height="30" width="60" x="-550" y="760" as="geometry" />
        </mxCell>
        <mxCell id="QUzsFoNl6aFI_2ed8XXq-90" edge="1" parent="1" style="endArrow=none;html=1;rounded=0;" value="">
          <mxGeometry height="50" relative="1" width="50" as="geometry">
            <mxPoint x="-700" y="1020" as="sourcePoint" />
            <mxPoint x="-110" y="1020" as="targetPoint" />
          </mxGeometry>
        </mxCell>
        <mxCell id="QUzsFoNl6aFI_2ed8XXq-91" parent="1" style="text;html=1;whiteSpace=wrap;strokeColor=none;fillColor=none;align=center;verticalAlign=middle;rounded=0;" value="master" vertex="1">
          <mxGeometry height="30" width="60" x="-757" y="1005" as="geometry" />
        </mxCell>
        <mxCell id="QUzsFoNl6aFI_2ed8XXq-92" edge="1" parent="1" style="endArrow=none;html=1;rounded=0;fillColor=#d5e8d4;strokeColor=#82b366;" value="">
          <mxGeometry height="50" relative="1" width="50" as="geometry">
            <mxPoint x="-460" y="880" as="sourcePoint" />
            <mxPoint x="-400" y="960" as="targetPoint" />
          </mxGeometry>
        </mxCell>
        <mxCell id="QUzsFoNl6aFI_2ed8XXq-94" edge="1" parent="1" style="endArrow=none;html=1;rounded=0;strokeColor=#0000FF;" value="">
          <mxGeometry height="50" relative="1" width="50" as="geometry">
            <mxPoint x="-460" y="820" as="sourcePoint" />
            <mxPoint x="-350" y="960" as="targetPoint" />
          </mxGeometry>
        </mxCell>
        <mxCell id="QUzsFoNl6aFI_2ed8XXq-95" edge="1" parent="1" style="endArrow=none;html=1;rounded=0;fillColor=#d5e8d4;strokeColor=#82b366;" value="">
          <mxGeometry height="50" relative="1" width="50" as="geometry">
            <mxPoint x="-380" y="960" as="sourcePoint" />
            <mxPoint x="-330" y="1020" as="targetPoint" />
          </mxGeometry>
        </mxCell>
        <mxCell id="QUzsFoNl6aFI_2ed8XXq-96" edge="1" parent="1" style="endArrow=none;html=1;rounded=0;fillColor=#d5e8d4;strokeColor=#82b366;" value="">
          <mxGeometry height="50" relative="1" width="50" as="geometry">
            <mxPoint x="-400" y="960" as="sourcePoint" />
            <mxPoint x="-380" y="960" as="targetPoint" />
          </mxGeometry>
        </mxCell>
        <mxCell id="QUzsFoNl6aFI_2ed8XXq-98" parent="1" style="text;html=1;whiteSpace=wrap;strokeColor=none;fillColor=none;align=center;verticalAlign=middle;rounded=0;" value="release jira 2" vertex="1">
          <mxGeometry height="30" width="60" x="-518" y="820" as="geometry" />
        </mxCell>
        <mxCell id="QUzsFoNl6aFI_2ed8XXq-99" parent="1" style="text;html=1;whiteSpace=wrap;strokeColor=none;fillColor=none;align=center;verticalAlign=middle;rounded=0;" value="release jira 1" vertex="1">
          <mxGeometry height="30" width="60" x="-514" y="880" as="geometry" />
        </mxCell>
        <mxCell id="QUzsFoNl6aFI_2ed8XXq-100" parent="1" style="text;html=1;whiteSpace=wrap;strokeColor=none;fillColor=none;align=center;verticalAlign=middle;rounded=0;" value="release jira 3" vertex="1">
          <mxGeometry height="30" width="60" x="-501" y="760" as="geometry" />
        </mxCell>
        <mxCell id="QUzsFoNl6aFI_2ed8XXq-101" parent="1" style="text;html=1;whiteSpace=wrap;strokeColor=none;fillColor=none;align=center;verticalAlign=middle;rounded=0;" value="release&amp;nbsp; stable" vertex="1">
          <mxGeometry height="30" width="60" x="-103" y="1000" as="geometry" />
        </mxCell>
        <mxCell id="QUzsFoNl6aFI_2ed8XXq-103" parent="1" style="text;html=1;whiteSpace=wrap;strokeColor=none;fillColor=none;align=center;verticalAlign=middle;rounded=0;fontColor=#FF0000;" value="?" vertex="1">
          <mxGeometry height="30" width="60" x="-373" y="970" as="geometry" />
        </mxCell>
        <mxCell id="QUzsFoNl6aFI_2ed8XXq-104" parent="1" style="text;html=1;whiteSpace=wrap;strokeColor=none;fillColor=none;align=center;verticalAlign=middle;rounded=0;" value="compter = 1 (par dtf_per_trt, cd_pa)&lt;div&gt;envoyer mail pour notifier qu&#39;on reçois plus de fichier&lt;/div&gt;" vertex="1">
          <mxGeometry height="30" width="293" x="-610" y="122" as="geometry" />
        </mxCell>
-         <mxCell id="QUzsFoNl6aFI_2ed8XXq-106" parent="1" style="text;html=1;whiteSpace=wrap;strokeColor=none;fillColor=none;align=left;verticalAlign=middle;rounded=0;" value="1. recois le meme fichier plusiere fois (CD_PA, DTF_PER_TRT), bloquer les chargement apres 1 fois&lt;div&gt;2. modifier les donnees et relancer&lt;/div&gt;&lt;div&gt;3. modifier le code et relancer&lt;/div&gt;&lt;div&gt;4.&amp;nbsp;&lt;span style=&quot;text-align: center; background-color: transparent; color: light-dark(rgb(0, 0, 0), rgb(255, 255, 255));&quot;&gt;meme jira et relance plusier fois&lt;/span&gt;&lt;/div&gt;" vertex="1">
-           <mxGeometry height="30" width="600" x="-850" y="513.25" as="geometry" />
+         <mxCell id="QUzsFoNl6aFI_2ed8XXq-106" parent="1" style="text;html=1;whiteSpace=wrap;strokeColor=none;fillColor=none;align=left;verticalAlign=middle;rounded=0;" value="&lt;div&gt;Les senarios :&lt;/div&gt;1. recois le meme fichier plusiere fois (CD_PA, DTF_PER_TRT), bloquer les chargement apres 1 fois&lt;div&gt;2. modifier les donnees et relancer&lt;/div&gt;&lt;div&gt;3. modifier le code et relancer&lt;/div&gt;&lt;div&gt;4.&amp;nbsp;&lt;span style=&quot;text-align: center; background-color: transparent; color: light-dark(rgb(0, 0, 0), rgb(255, 255, 255));&quot;&gt;meme jira et relance plusier fois&lt;/span&gt;&lt;/div&gt;" vertex="1">
+           <mxGeometry height="30" width="600" x="-1260" y="620" as="geometry" />
        </mxCell>
        <mxCell id="cKu8MT6L8Fp_BZaxLZj7-1" parent="1" style="shape=note;size=15;align=left;spacingLeft=10;html=1;whiteSpace=wrap;fillColor=#e1d5e7;strokeColor=#9673a6;labelBackgroundColor=none;" value="&lt;span style=&quot;&quot;&gt;Allow seulement le premier chargement du fichier.&lt;br&gt;(bloquer quand c&#39;est 2eme ou plus chargement)&lt;/span&gt;" vertex="1">
          <mxGeometry height="55" width="310" x="-706" y="-95" as="geometry" />
        </mxCell>
        <mxCell id="cKu8MT6L8Fp_BZaxLZj7-2" edge="1" parent="1" source="cKu8MT6L8Fp_BZaxLZj7-1" style="edgeStyle=none;endArrow=none;exitX=0.5;exitY=1;dashed=1;html=1;rounded=0;entryX=0.5;entryY=0;entryDx=0;entryDy=0;exitDx=0;exitDy=0;exitPerimeter=0;" target="QUzsFoNl6aFI_2ed8XXq-104" value="">
          <mxGeometry relative="1" x="1" as="geometry">
            <mxPoint x="590" y="300" as="sourcePoint" />
            <mxPoint x="680" y="507" as="targetPoint" />
          </mxGeometry>
        </mxCell>
        <mxCell id="cKu8MT6L8Fp_BZaxLZj7-3" parent="1" style="ellipse;shape=doubleEllipse;whiteSpace=wrap;html=1;dashed=1;" value="Demande JIRA 1&lt;div&gt;(dev)&lt;/div&gt;" vertex="1">
          <mxGeometry height="60" width="120" x="-1060" y="253.5" as="geometry" />
        </mxCell>
        <mxCell id="cKu8MT6L8Fp_BZaxLZj7-7" parent="1" style="text;html=1;whiteSpace=wrap;strokeColor=none;fillColor=none;align=center;verticalAlign=middle;rounded=0;fontColor=#330000;" value="&lt;font style=&quot;&quot;&gt;Run Tag =&amp;nbsp;&lt;b style=&quot;text-align: left;&quot;&gt;x.x.x_bxxx-Rx&lt;/b&gt;&lt;/font&gt;" vertex="1">
          <mxGeometry height="30" width="200" x="160" y="122" as="geometry" />
        </mxCell>
        <mxCell id="cKu8MT6L8Fp_BZaxLZj7-11" parent="1" style="shape=note;size=15;align=left;spacingLeft=10;html=1;whiteSpace=wrap;fillColor=#e1d5e7;strokeColor=#9673a6;labelBackgroundColor=none;" value="&lt;span style=&quot;&quot;&gt;Le nom doit etre renomé sous le format pour qu&#39;il soit capable d&#39;etre rechargé:&lt;br&gt;{CD_PA}{FILE_TYPE}{SYS_APL}.MAJ_{NO_JIRA}&lt;/span&gt;&lt;div&gt;&lt;span style=&quot;&quot;&gt;par ex : FRTIER0A.MAJ_JIRA-1234&lt;/span&gt;&lt;/div&gt;" vertex="1">
          <mxGeometry height="75" width="430" x="-1330" y="40" as="geometry" />
        </mxCell>
        <mxCell id="cKu8MT6L8Fp_BZaxLZj7-14" parent="1" style="ellipse;shape=doubleEllipse;whiteSpace=wrap;html=1;dashed=1;" value="Demande JIRA 2&lt;div&gt;(dev)&lt;/div&gt;" vertex="1">
          <mxGeometry height="60" width="120" x="-1060" y="323.5" as="geometry" />
        </mxCell>
        <mxCell id="cKu8MT6L8Fp_BZaxLZj7-15" parent="1" style="ellipse;shape=doubleEllipse;whiteSpace=wrap;html=1;dashed=1;" value="Demande JIRA 3&lt;div&gt;(dev)&lt;/div&gt;" vertex="1">
          <mxGeometry height="60" width="122" x="-1061" y="393.5" as="geometry" />
        </mxCell>
        <mxCell id="cKu8MT6L8Fp_BZaxLZj7-19" parent="1" style="text;html=1;whiteSpace=wrap;strokeColor=none;fillColor=none;align=center;verticalAlign=middle;rounded=0;fontSize=23;fontStyle=1" value="." vertex="1">
          <mxGeometry height="30" width="60" x="-1030" y="453.25" as="geometry" />
        </mxCell>
        <mxCell id="cKu8MT6L8Fp_BZaxLZj7-20" parent="1" style="text;html=1;whiteSpace=wrap;strokeColor=none;fillColor=none;align=center;verticalAlign=middle;rounded=0;fontSize=23;fontStyle=1" value="." vertex="1">
          <mxGeometry height="30" width="60" x="-1030" y="467" as="geometry" />
        </mxCell>
        <mxCell id="cKu8MT6L8Fp_BZaxLZj7-21" parent="1" style="text;html=1;whiteSpace=wrap;strokeColor=none;fillColor=none;align=center;verticalAlign=middle;rounded=0;fontSize=23;fontStyle=1" value="." vertex="1">
          <mxGeometry height="30" width="60" x="-1030" y="483.25" as="geometry" />
        </mxCell>
        <mxCell id="cKu8MT6L8Fp_BZaxLZj7-24" edge="1" parent="1" source="cKu8MT6L8Fp_BZaxLZj7-23" style="edgeStyle=orthogonalEdgeStyle;rounded=0;orthogonalLoop=1;jettySize=auto;html=1;" target="QUzsFoNl6aFI_2ed8XXq-13">
          <mxGeometry relative="1" as="geometry">
            <Array as="points">
              <mxPoint x="120" y="220" />
              <mxPoint x="120" y="220" />
            </Array>
          </mxGeometry>
        </mxCell>
        <mxCell id="cKu8MT6L8Fp_BZaxLZj7-23" parent="1" style="ellipse;shape=doubleEllipse;whiteSpace=wrap;html=1;fillColor=#ffe6cc;strokeColor=#d79b00;" value="Demande JIRA 1&lt;div&gt;(recharge fichier)&lt;/div&gt;" vertex="1">
          <mxGeometry height="60" width="160" x="-850" y="190" as="geometry" />
        </mxCell>
        <mxCell id="cKu8MT6L8Fp_BZaxLZj7-25" edge="1" parent="1" source="cKu8MT6L8Fp_BZaxLZj7-11" style="edgeStyle=none;endArrow=none;exitX=0;exitY=0;dashed=1;html=1;rounded=0;exitDx=430;exitDy=45;exitPerimeter=0;" target="cKu8MT6L8Fp_BZaxLZj7-23" value="">
          <mxGeometry relative="1" x="1" as="geometry">
            <mxPoint x="-520" y="10" as="sourcePoint" />
            <mxPoint x="-490" y="150" as="targetPoint" />
          </mxGeometry>
        </mxCell>
        <mxCell id="cKu8MT6L8Fp_BZaxLZj7-26" edge="1" parent="1" source="cKu8MT6L8Fp_BZaxLZj7-11" style="edgeStyle=none;endArrow=none;exitX=0;exitY=0;dashed=1;html=1;rounded=0;exitDx=430;exitDy=45;exitPerimeter=0;entryX=0;entryY=0.5;entryDx=0;entryDy=0;" target="QUzsFoNl6aFI_2ed8XXq-34" value="">
          <mxGeometry relative="1" x="1" as="geometry">
            <mxPoint x="-900" y="200" as="sourcePoint" />
            <mxPoint x="-801" y="244" as="targetPoint" />
          </mxGeometry>
        </mxCell>
        <mxCell id="cKu8MT6L8Fp_BZaxLZj7-27" parent="1" style="text;html=1;whiteSpace=wrap;strokeColor=none;fillColor=none;align=center;verticalAlign=middle;rounded=0;fontSize=23;fontStyle=1" value="." vertex="1">
          <mxGeometry height="30" width="60" x="-800" y="313" as="geometry" />
        </mxCell>
        <mxCell id="cKu8MT6L8Fp_BZaxLZj7-28" parent="1" style="text;html=1;whiteSpace=wrap;strokeColor=none;fillColor=none;align=center;verticalAlign=middle;rounded=0;fontSize=23;fontStyle=1" value="." vertex="1">
          <mxGeometry height="30" width="60" x="-800" y="343" as="geometry" />
        </mxCell>
        <mxCell id="cKu8MT6L8Fp_BZaxLZj7-29" parent="1" style="text;html=1;whiteSpace=wrap;strokeColor=none;fillColor=none;align=center;verticalAlign=middle;rounded=0;fontSize=23;fontStyle=1" value="." vertex="1">
          <mxGeometry height="30" width="60" x="-800" y="326.5" as="geometry" />
        </mxCell>
        <mxCell id="cKu8MT6L8Fp_BZaxLZj7-31" parent="1" style="text;html=1;whiteSpace=wrap;strokeColor=none;fillColor=none;align=center;verticalAlign=middle;rounded=0;fontColor=#330000;" value="&lt;font style=&quot;&quot;&gt;Run Tag =&amp;nbsp;&lt;/font&gt;&lt;b style=&quot;text-align: left;&quot;&gt;x.x.x_bxxx-Rx-Jira-xxxx&lt;/b&gt;" vertex="1">
          <mxGeometry height="30" width="200" x="160" y="194" as="geometry" />
        </mxCell>
        <mxCell id="cKu8MT6L8Fp_BZaxLZj7-33" parent="1" style="text;html=1;whiteSpace=wrap;strokeColor=none;fillColor=none;align=center;verticalAlign=middle;rounded=0;fontColor=#330000;" value="&lt;font style=&quot;&quot;&gt;Run Tag =&amp;nbsp;&lt;b style=&quot;text-align: left;&quot;&gt;x.x.x_bxxx-Rx&lt;/b&gt;&lt;/font&gt;" vertex="1">
          <mxGeometry height="30" width="200" x="160" y="353.5" as="geometry" />
        </mxCell>
        <mxCell id="cKu8MT6L8Fp_BZaxLZj7-39" parent="1" style="text;html=1;whiteSpace=wrap;strokeColor=none;fillColor=none;align=center;verticalAlign=middle;rounded=0;" value="verifier/fermer/reopen" vertex="1">
          <mxGeometry height="30" width="60" x="1850" y="313.5" as="geometry" />
        </mxCell>
        <mxCell id="cKu8MT6L8Fp_BZaxLZj7-40" parent="1" style="text;html=1;whiteSpace=wrap;strokeColor=none;fillColor=none;align=center;verticalAlign=middle;rounded=0;" value="verifier/fermer/reopen" vertex="1">
          <mxGeometry height="30" width="60" x="1926" y="382.5" as="geometry" />
        </mxCell>
        <mxCell id="cKu8MT6L8Fp_BZaxLZj7-43" parent="1" style="text;html=1;whiteSpace=wrap;strokeColor=none;fillColor=none;align=center;verticalAlign=middle;rounded=0;fontColor=#FF3333;" value="est-ce qu&#39;on peut supprimer les donnees du meme run tag ? oui" vertex="1">
          <mxGeometry height="30" width="200" x="30" y="85" as="geometry" />
        </mxCell>
        <mxCell id="joy4J5Q9jbU-j6AZ98Qk-1" parent="1" style="text;html=1;whiteSpace=wrap;strokeColor=none;fillColor=none;align=center;verticalAlign=middle;rounded=0;" value="relance manuellement&lt;div&gt;avec JIRA number&lt;/div&gt;" vertex="1">
          <mxGeometry height="30" width="130" x="210" y="296.5" as="geometry" />
        </mxCell>
        <mxCell id="joy4J5Q9jbU-j6AZ98Qk-2" parent="1" style="text;html=1;whiteSpace=wrap;strokeColor=none;fillColor=none;align=center;verticalAlign=middle;rounded=0;" value="relance manuellement&lt;div&gt;avec JIRA number&lt;/div&gt;" vertex="1">
          <mxGeometry height="30" width="150" x="200" y="220" as="geometry" />
        </mxCell>
        <mxCell id="joy4J5Q9jbU-j6AZ98Qk-3" parent="1" style="text;html=1;whiteSpace=wrap;strokeColor=none;fillColor=none;align=center;verticalAlign=middle;rounded=0;" value="relance manuellement" vertex="1">
          <mxGeometry height="30" width="60" x="230" y="382" as="geometry" />
        </mxCell>
        <mxCell id="joy4J5Q9jbU-j6AZ98Qk-4" parent="1" style="text;html=1;whiteSpace=wrap;strokeColor=none;fillColor=none;align=center;verticalAlign=middle;rounded=0;" value="lance automatiqument" vertex="1">
          <mxGeometry height="30" width="60" x="230" y="152" as="geometry" />
        </mxCell>
      </root>
    </mxGraphModel>
  </diagram>
</mxfile>
